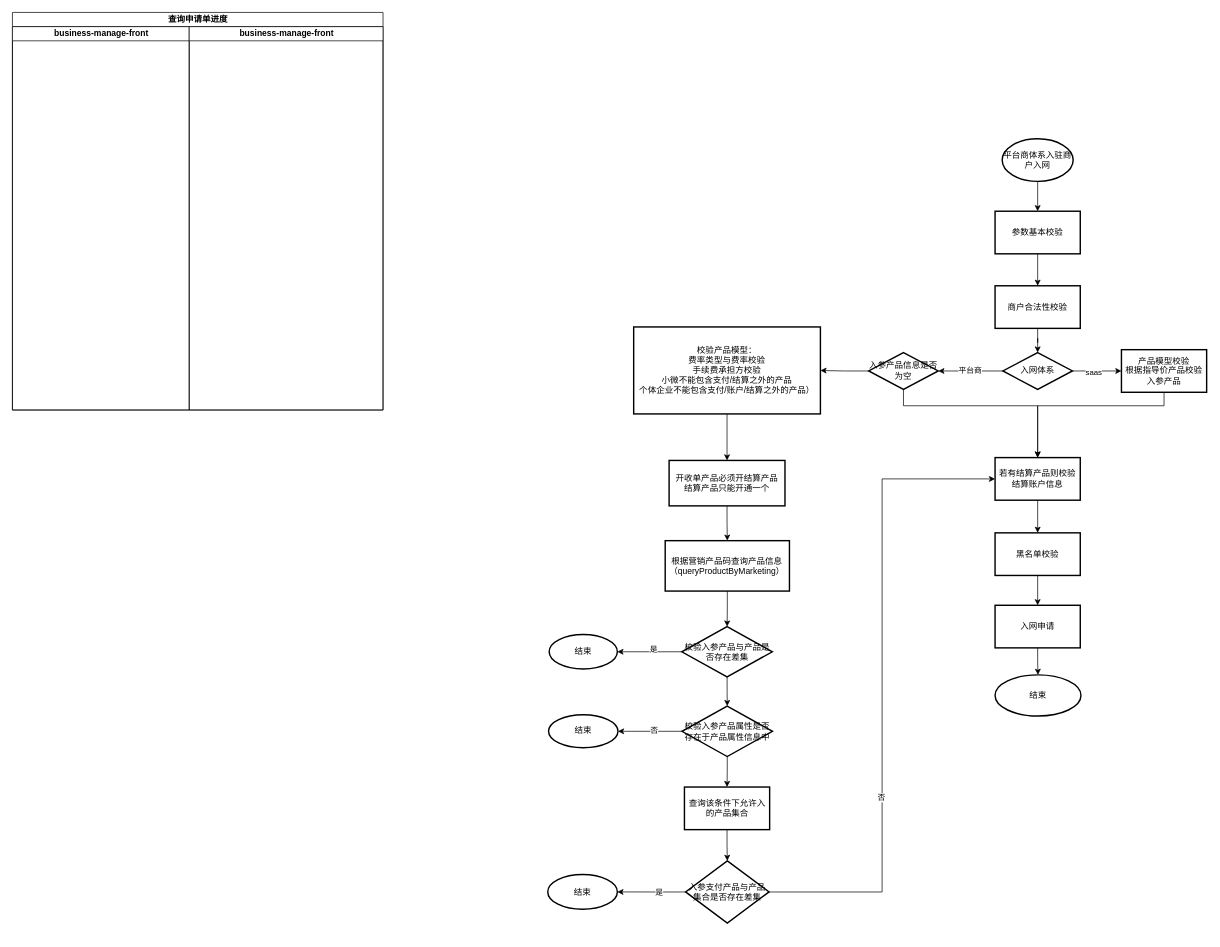
Above: page "迁移平台商入驻商户存在产品" (1 of 2) of 未命名绘图.drawio in fengyong7723131/work (draw.io), before the change. Source tidied: cells renumbered, new cells numbered last; positions are measured from the earlier drawing's top-left corner, leaving out a move shared by most shapes. Both pictures are drawn from the tidied source at 71%, with x=0, y=0 at pixel (12, 12).
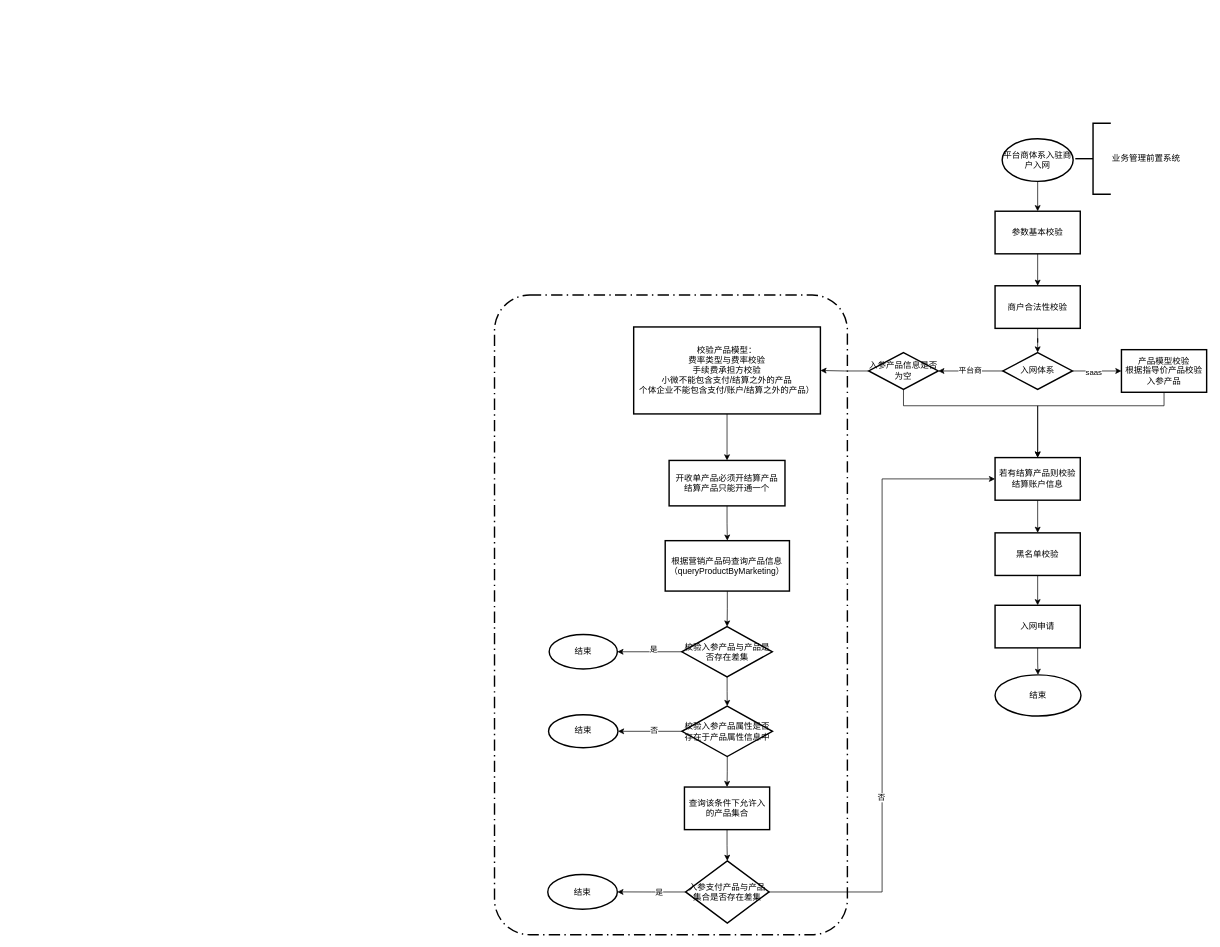
Above is the later version.

Commit message (it also covers changes not shown here):
更新未命名绘图.drawio

Change to the diagram source:
```diff
@@
-    <mxCell id="2" value="查询申请单进度" style="swimlane;html=1;startSize=20;" parent="1" vertex="1">
-      <mxGeometry width="522" height="560" as="geometry" />
-    </mxCell>
-    <mxCell id="3" value="business-manage-front" style="swimlane;html=1;startSize=20;" parent="2" vertex="1">
-      <mxGeometry y="20" width="249" height="540" as="geometry" />
-    </mxCell>
-    <mxCell id="4" value="business-manage-front" style="swimlane;html=1;startSize=20;" parent="2" vertex="1">
-      <mxGeometry x="249" y="20" width="273" height="540" as="geometry" />
-    </mxCell>
+    <mxCell id="51" style="rounded=1;arcSize=10;dashed=1;strokeColor=#000000;fillColor=none;gradientColor=none;dashPattern=8 3 1 3;strokeWidth=2;" parent="1" vertex="1">
+      <mxGeometry x="679" y="398" width="497" height="901" as="geometry" />
+    </mxCell>
@@
+    <mxCell id="52" value="业务管理前置系统" style="strokeWidth=2;html=1;shape=mxgraph.flowchart.annotation_2;align=left;labelPosition=right;" parent="1" vertex="1">
+      <mxGeometry x="1497" y="156" width="50" height="100" as="geometry" />
+    </mxCell>
```
